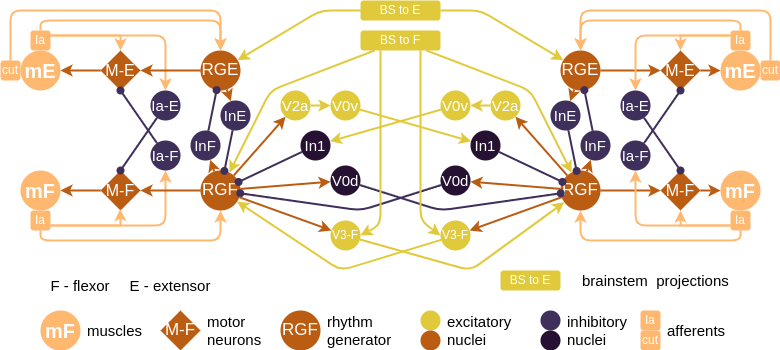
The draw.io diagram figs/CPG_feedback_loops.png in max-talanov/bypass, before a commit. Source tidied: cells renumbered, new cells last; positions are measured from the earlier drawing's top-left corner, leaving out a move shared by most shapes.
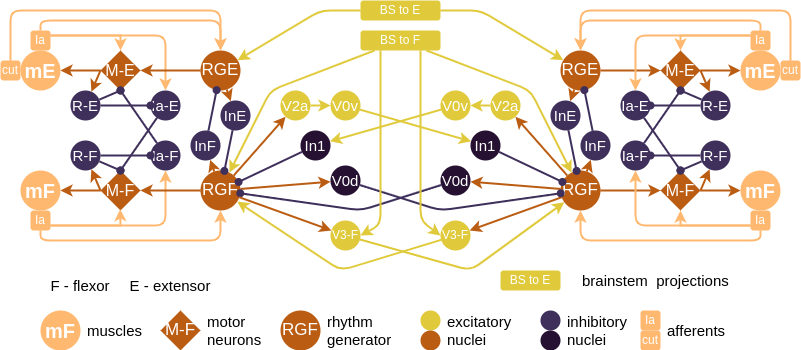
The same file after the commit.

Diff of the diagram source:
```diff
@@ -145,7 +145,7 @@
       </mxGeometry>
     </mxCell>
     <mxCell id="44" value="mF" style="ellipse;whiteSpace=wrap;html=1;fontSize=20;strokeColor=none;fillColor=#FFB86F;fontColor=#FFFFFF;fontStyle=1;" parent="1" vertex="1">
-      <mxGeometry x="720" y="170" width="40" height="40" as="geometry" />
+      <mxGeometry x="740" y="170" width="40" height="40" as="geometry" />
     </mxCell>
     <mxCell id="45" value="M-F" style="rhombus;whiteSpace=wrap;html=1;strokeColor=none;fillColor=#BA5C12;fontColor=#FFFFFF;fontSize=16;" parent="1" vertex="1">
       <mxGeometry x="660" y="170" width="40" height="40" as="geometry" />
@@ -160,7 +160,7 @@
       <mxGeometry x="620" y="140" width="30" height="30" as="geometry" />
     </mxCell>
     <mxCell id="49" value="mE" style="ellipse;whiteSpace=wrap;html=1;fontSize=20;strokeColor=none;fillColor=#FFB86F;fontColor=#FFFFFF;fontStyle=1;" parent="1" vertex="1">
-      <mxGeometry x="720" y="50" width="40" height="40" as="geometry" />
+      <mxGeometry x="740" y="50" width="40" height="40" as="geometry" />
     </mxCell>
     <mxCell id="50" value="M-E" style="rhombus;whiteSpace=wrap;html=1;strokeColor=none;fillColor=#BA5C12;fontColor=#FFFFFF;fontSize=16;" parent="1" vertex="1">
       <mxGeometry x="660" y="50" width="40" height="40" as="geometry" />
@@ -175,7 +175,7 @@
       <mxGeometry relative="1" as="geometry" />
     </mxCell>
     <mxCell id="54" value="Ia" style="rounded=1;whiteSpace=wrap;html=1;fillColor=#FFB86F;strokeColor=none;fontColor=#FFFFFF;" parent="1" vertex="1">
-      <mxGeometry x="730" y="210" width="20" height="20" as="geometry" />
+      <mxGeometry x="750" y="210" width="20" height="20" as="geometry" />
     </mxCell>
     <mxCell id="55" style="jettySize=auto;html=1;strokeColor=#FFB86F;strokeWidth=2;rounded=1;exitX=0;exitY=0.75;exitDx=0;exitDy=0;" parent="1" edge="1" source="54" target="48">
       <mxGeometry relative="1" as="geometry">
@@ -188,7 +188,7 @@
       <mxGeometry relative="1" as="geometry" />
     </mxCell>
     <mxCell id="57" value="Ia" style="rounded=1;whiteSpace=wrap;html=1;fillColor=#FFB86F;strokeColor=none;fontColor=#FFFFFF;" parent="1" vertex="1">
-      <mxGeometry x="730" y="30" width="20" height="20" as="geometry" />
+      <mxGeometry x="750" y="30" width="20" height="20" as="geometry" />
     </mxCell>
     <mxCell id="58" style="jettySize=auto;html=1;strokeColor=#FFB86F;strokeWidth=2;rounded=1;exitX=0;exitY=0.25;exitDx=0;exitDy=0;" parent="1" edge="1" source="57" target="52">
       <mxGeometry relative="1" as="geometry">
@@ -201,12 +201,12 @@
       <mxGeometry relative="1" as="geometry" />
     </mxCell>
     <mxCell id="60" value="cut" style="rounded=1;whiteSpace=wrap;html=1;fillColor=#FFB86F;strokeColor=none;fontColor=#FFFFFF;" parent="1" vertex="1">
-      <mxGeometry x="760" y="60" width="20" height="20" as="geometry" />
+      <mxGeometry x="780" y="60" width="20" height="20" as="geometry" />
     </mxCell>
     <mxCell id="61" style="jettySize=auto;html=1;strokeColor=#FFB86F;strokeWidth=2;rounded=1;" parent="1" edge="1" source="57" target="13">
       <mxGeometry relative="1" as="geometry">
         <Array as="points">
-          <mxPoint x="740" y="20" />
+          <mxPoint x="760" y="20" />
           <mxPoint x="580" y="20" />
         </Array>
       </mxGeometry>
@@ -214,7 +214,7 @@
     <mxCell id="62" style="jettySize=auto;html=1;strokeColor=#FFB86F;strokeWidth=2;entryX=0.5;entryY=1;entryDx=0;entryDy=0;rounded=1;" parent="1" edge="1" source="54" target="14">
       <mxGeometry relative="1" as="geometry">
         <Array as="points">
-          <mxPoint x="740" y="240" />
+          <mxPoint x="760" y="240" />
           <mxPoint x="580" y="240" />
         </Array>
       </mxGeometry>
@@ -222,7 +222,7 @@
     <mxCell id="63" style="jettySize=auto;html=1;strokeColor=#FFB86F;strokeWidth=2;rounded=1;" parent="1" edge="1" source="60" target="13">
       <mxGeometry relative="1" as="geometry">
         <Array as="points">
-          <mxPoint x="770" y="10" />
+          <mxPoint x="790" y="10" />
           <mxPoint x="580" y="10" />
         </Array>
       </mxGeometry>
@@ -443,5 +443,55 @@
     <mxCell id="114" value="brainstem&amp;nbsp; projections" style="text;html=1;strokeColor=none;fillColor=none;align=left;verticalAlign=middle;whiteSpace=wrap;rounded=0;fontSize=15;" parent="1" vertex="1">
       <mxGeometry x="580" y="270" width="160" height="20" as="geometry" />
     </mxCell>
+    <mxCell id="115" value="R-F" style="ellipse;whiteSpace=wrap;html=1;fontSize=15;strokeColor=none;fillColor=#3E2F5B;fontColor=#FFFFFF;fontStyle=0;" parent="1" vertex="1">
+      <mxGeometry x="70" y="140" width="30" height="30" as="geometry" />
+    </mxCell>
+    <mxCell id="116" style="rounded=0;jettySize=auto;html=1;strokeColor=#3E2F5B;endArrow=oval;endFill=1;strokeWidth=2;entryX=0.5;entryY=0;entryDx=0;entryDy=0;" parent="1" edge="1" source="115" target="71">
+      <mxGeometry relative="1" as="geometry" />
+    </mxCell>
+    <mxCell id="117" style="rounded=0;jettySize=auto;html=1;strokeColor=#BA5C12;strokeWidth=2;exitX=0;exitY=0.5;exitDx=0;exitDy=0;" parent="1" edge="1" source="71" target="115">
+      <mxGeometry relative="1" as="geometry" />
+    </mxCell>
+    <mxCell id="118" style="rounded=0;jettySize=auto;html=1;strokeColor=#3E2F5B;endArrow=oval;endFill=1;strokeWidth=2;exitX=1;exitY=0.5;exitDx=0;exitDy=0;" parent="1" edge="1" source="115" target="73">
+      <mxGeometry relative="1" as="geometry" />
+    </mxCell>
+    <mxCell id="119" value="R-E" style="ellipse;whiteSpace=wrap;html=1;fontSize=15;strokeColor=none;fillColor=#3E2F5B;fontColor=#FFFFFF;fontStyle=0;" parent="1" vertex="1">
+      <mxGeometry x="70" y="90" width="30" height="30" as="geometry" />
+    </mxCell>
+    <mxCell id="120" style="rounded=0;jettySize=auto;html=1;strokeColor=#BA5C12;strokeWidth=2;exitX=0;exitY=0.5;exitDx=0;exitDy=0;" parent="1" edge="1" source="75" target="119">
+      <mxGeometry relative="1" as="geometry" />
+    </mxCell>
+    <mxCell id="121" style="rounded=0;jettySize=auto;html=1;strokeColor=#3E2F5B;endArrow=oval;endFill=1;strokeWidth=2;exitX=1;exitY=0.5;exitDx=0;exitDy=0;" parent="1" edge="1" source="119" target="77">
+      <mxGeometry relative="1" as="geometry" />
+    </mxCell>
+    <mxCell id="122" style="rounded=0;jettySize=auto;html=1;strokeColor=#3E2F5B;endArrow=oval;endFill=1;strokeWidth=2;" parent="1" edge="1" source="119">
+      <mxGeometry relative="1" as="geometry">
+        <mxPoint x="120" y="90" as="targetPoint" />
+      </mxGeometry>
+    </mxCell>
+    <mxCell id="123" value="R-F" style="ellipse;whiteSpace=wrap;html=1;fontSize=15;strokeColor=none;fillColor=#3E2F5B;fontColor=#FFFFFF;fontStyle=0;" parent="1" vertex="1">
+      <mxGeometry x="700" y="140" width="30" height="30" as="geometry" />
+    </mxCell>
+    <mxCell id="124" style="rounded=0;jettySize=auto;html=1;strokeColor=#3E2F5B;endArrow=oval;endFill=1;strokeWidth=2;entryX=0.5;entryY=0;entryDx=0;entryDy=0;" parent="1" edge="1" source="123" target="45">
+      <mxGeometry relative="1" as="geometry" />
+    </mxCell>
+    <mxCell id="125" value="R-E" style="ellipse;whiteSpace=wrap;html=1;fontSize=15;strokeColor=none;fillColor=#3E2F5B;fontColor=#FFFFFF;fontStyle=0;" parent="1" vertex="1">
+      <mxGeometry x="700" y="90" width="30" height="30" as="geometry" />
+    </mxCell>
+    <mxCell id="126" style="rounded=0;jettySize=auto;html=1;strokeColor=#3E2F5B;endArrow=oval;endFill=1;strokeWidth=2;entryX=0.5;entryY=1;entryDx=0;entryDy=0;" parent="1" edge="1" source="125" target="50">
+      <mxGeometry relative="1" as="geometry" />
+    </mxCell>
+    <mxCell id="127" style="rounded=0;jettySize=auto;html=1;strokeColor=#BA5C12;strokeWidth=2;exitX=1;exitY=0.5;exitDx=0;exitDy=0;" parent="1" edge="1" source="50" target="125">
+      <mxGeometry relative="1" as="geometry" />
+    </mxCell>
+    <mxCell id="128" style="rounded=0;jettySize=auto;html=1;strokeColor=#BA5C12;strokeWidth=2;exitX=1;exitY=0.5;exitDx=0;exitDy=0;" parent="1" edge="1" source="45" target="123">
+      <mxGeometry relative="1" as="geometry" />
+    </mxCell>
+    <mxCell id="129" style="rounded=0;jettySize=auto;html=1;strokeColor=#3E2F5B;endArrow=oval;endFill=1;strokeWidth=2;" parent="1" edge="1" source="123" target="48">
+      <mxGeometry relative="1" as="geometry" />
+    </mxCell>
+    <mxCell id="130" style="rounded=0;jettySize=auto;html=1;strokeColor=#3E2F5B;endArrow=oval;endFill=1;strokeWidth=2;" parent="1" edge="1" source="125" target="52">
+      <mxGeometry relative="1" as="geometry" />
+    </mxCell>
   </root>
 </mxGraphModel>
```
